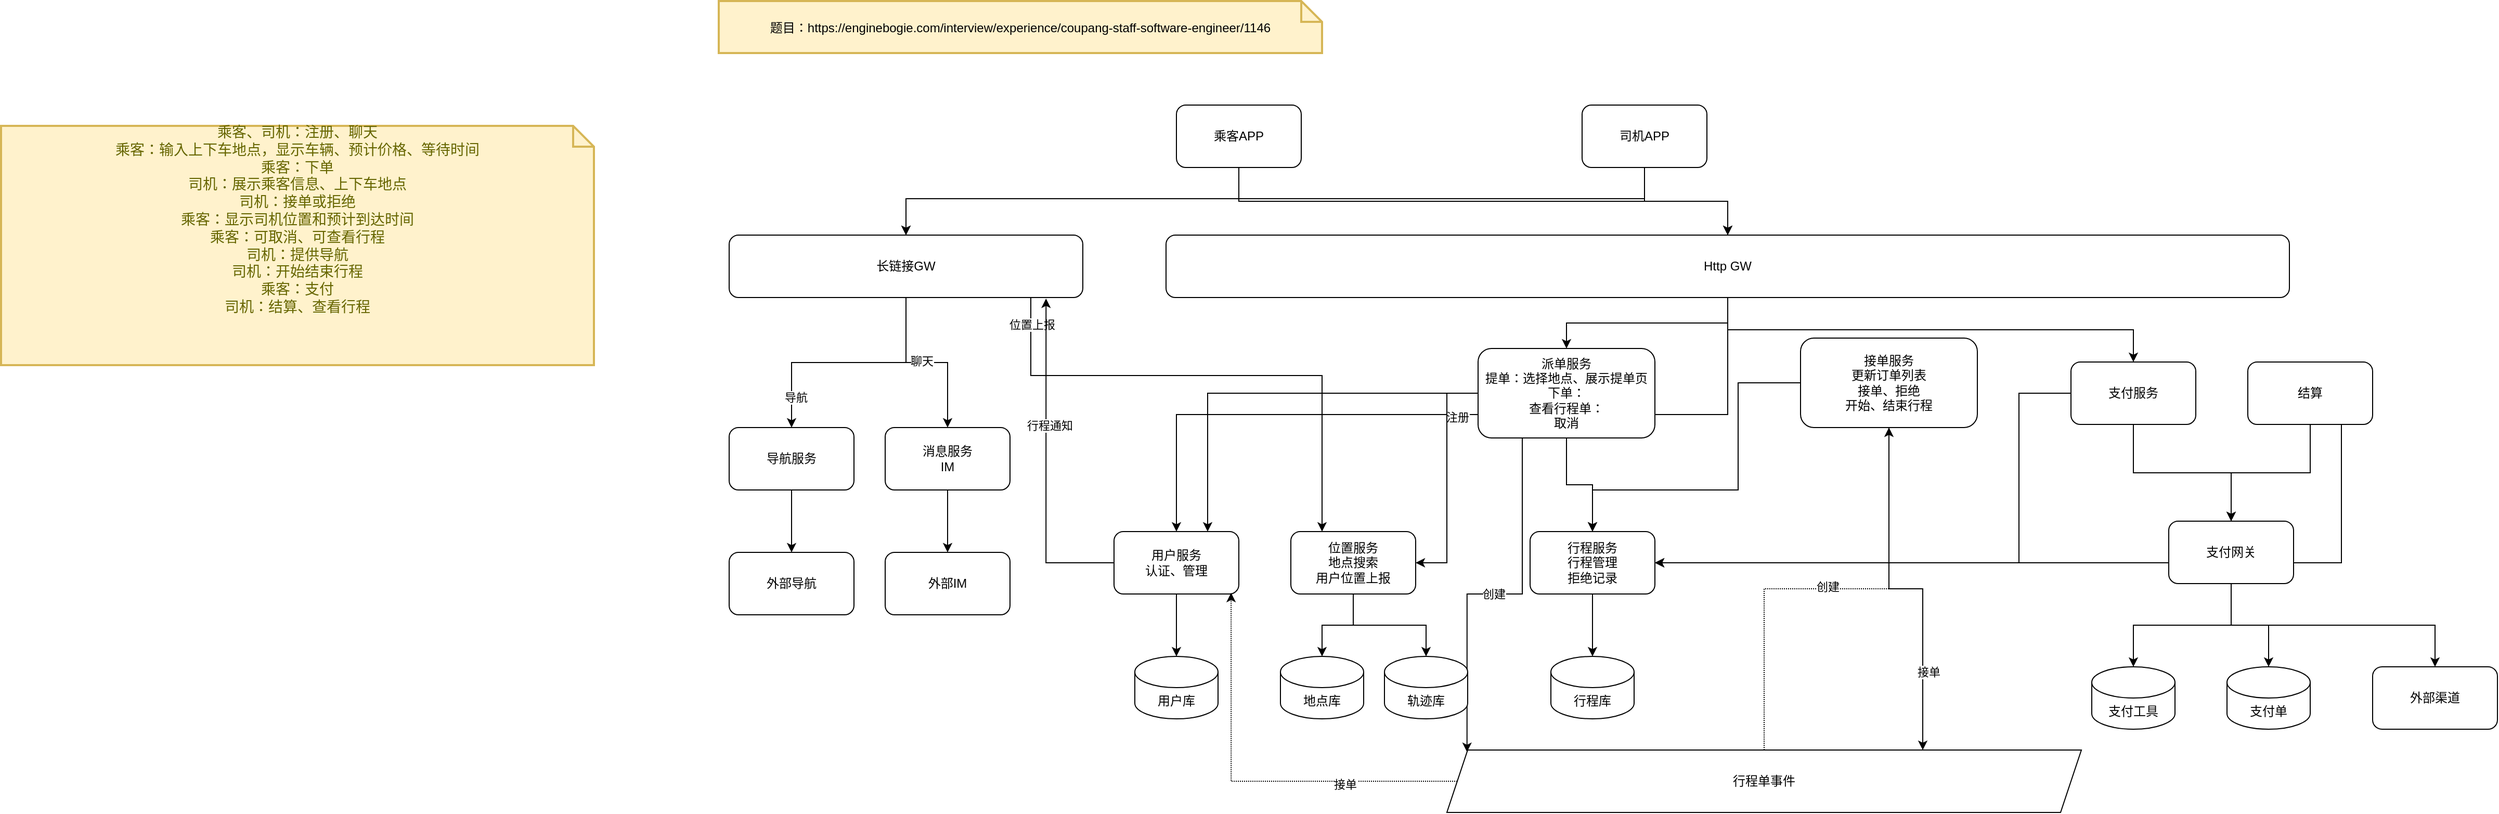
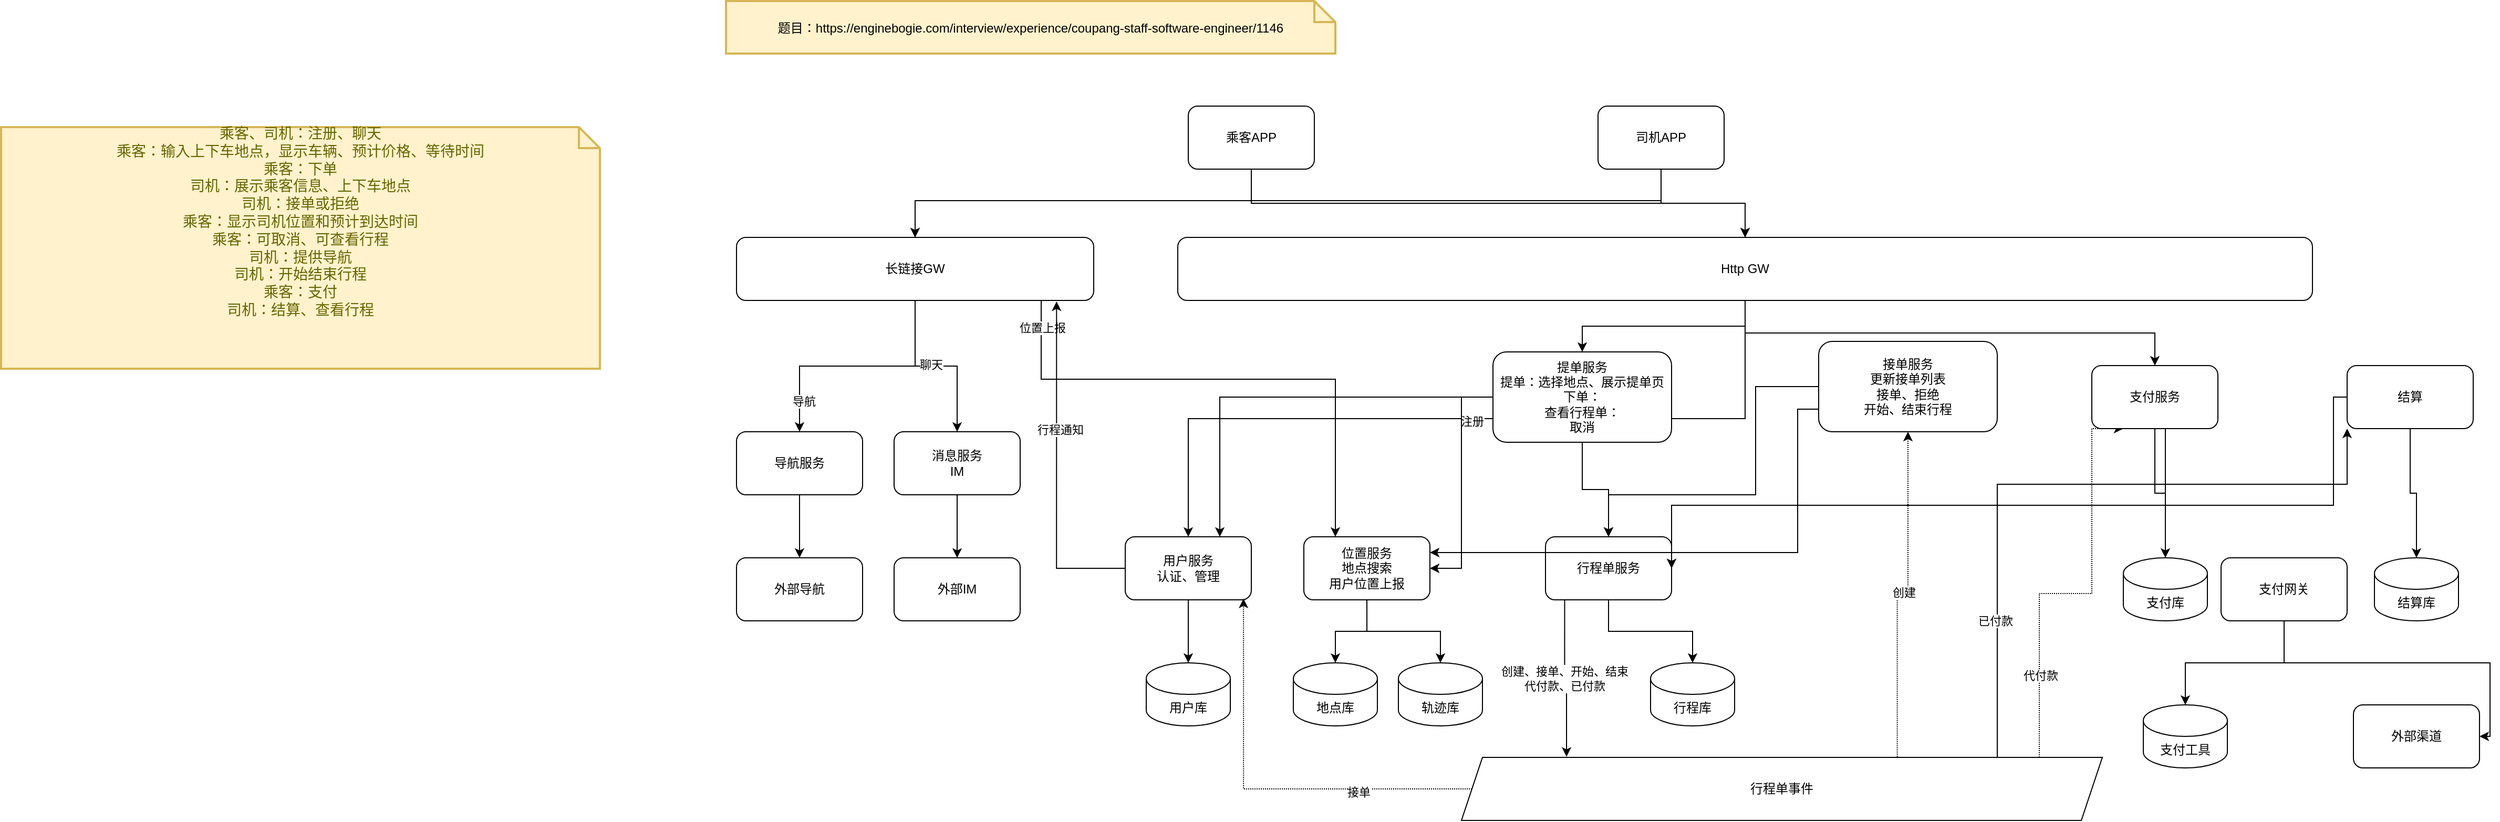
<mxfile host="app.diagrams.net" agent="Mozilla/5.0 (Windows NT 10.0; Win64; x64) AppleWebKit/537.36 (KHTML, like Gecko) draw.io/10.8.0 Chrome/73.0.3683.121 Electron/5.0.4 Safari/537.36">
  <diagram id="dw9DIYGoIQujjZgAUzOq" name="打车应用">
-     <mxGraphModel dx="3054" dy="1013" grid="1" gridSize="10" guides="1" tooltips="1" connect="1" arrows="1" fold="1" page="1" pageScale="1" pageWidth="1169" pageHeight="827" math="0" shadow="0">
+     <mxGraphModel dx="2516" dy="724" grid="1" gridSize="10" guides="1" tooltips="1" connect="1" arrows="1" fold="1" page="1" pageScale="1" pageWidth="1169" pageHeight="827" math="0" shadow="0">
      <root>
        <mxCell id="0" />
        <mxCell id="1" parent="0" />
        <mxCell id="qZWEmjuA36gEhOPuAmIH-36" parent="1" style="shape=note;strokeWidth=2;fontSize=14;size=20;whiteSpace=wrap;html=1;fillColor=#fff2cc;strokeColor=#d6b656;fontColor=#666600;" value="&lt;span style=&quot;color: rgb(0, 0, 0); font-size: 12px;&quot;&gt;题目：https://enginebogie.com/interview/experience/coupang-staff-software-engineer/1146&lt;/span&gt;" vertex="1">
          <mxGeometry height="50" width="580" x="240" y="20" as="geometry" />
        </mxCell>
        <mxCell id="qZWEmjuA36gEhOPuAmIH-51" edge="1" parent="1" source="qZWEmjuA36gEhOPuAmIH-41" style="edgeStyle=orthogonalEdgeStyle;rounded=0;orthogonalLoop=1;jettySize=auto;html=1;" target="qZWEmjuA36gEhOPuAmIH-50">
          <mxGeometry relative="1" as="geometry" />
        </mxCell>
        <mxCell id="qZWEmjuA36gEhOPuAmIH-52" connectable="0" parent="qZWEmjuA36gEhOPuAmIH-51" style="edgeLabel;html=1;align=center;verticalAlign=middle;resizable=0;points=[];" value="注册" vertex="1">
          <mxGeometry relative="1" x="-0.013" y="2" as="geometry">
            <mxPoint as="offset" />
          </mxGeometry>
        </mxCell>
        <mxCell id="qZWEmjuA36gEhOPuAmIH-65" edge="1" parent="1" source="qZWEmjuA36gEhOPuAmIH-41" style="edgeStyle=orthogonalEdgeStyle;rounded=0;orthogonalLoop=1;jettySize=auto;html=1;" target="qZWEmjuA36gEhOPuAmIH-64">
          <mxGeometry relative="1" as="geometry" />
        </mxCell>
        <mxCell id="qZWEmjuA36gEhOPuAmIH-108" edge="1" parent="1" source="qZWEmjuA36gEhOPuAmIH-41" style="edgeStyle=orthogonalEdgeStyle;rounded=0;orthogonalLoop=1;jettySize=auto;html=1;entryX=0.5;entryY=0;entryDx=0;entryDy=0;" target="qZWEmjuA36gEhOPuAmIH-106">
          <mxGeometry relative="1" as="geometry" />
        </mxCell>
        <mxCell id="qZWEmjuA36gEhOPuAmIH-41" parent="1" style="rounded=1;whiteSpace=wrap;html=1;" value="Http GW" vertex="1">
          <mxGeometry height="60" width="1080" x="670" y="245" as="geometry" />
        </mxCell>
        <mxCell id="qZWEmjuA36gEhOPuAmIH-48" edge="1" parent="1" source="qZWEmjuA36gEhOPuAmIH-42" style="edgeStyle=orthogonalEdgeStyle;rounded=0;orthogonalLoop=1;jettySize=auto;html=1;" target="qZWEmjuA36gEhOPuAmIH-41">
          <mxGeometry relative="1" as="geometry" />
        </mxCell>
        <mxCell id="qZWEmjuA36gEhOPuAmIH-119" edge="1" parent="1" source="qZWEmjuA36gEhOPuAmIH-42" style="edgeStyle=orthogonalEdgeStyle;rounded=0;orthogonalLoop=1;jettySize=auto;html=1;" target="qZWEmjuA36gEhOPuAmIH-56">
          <mxGeometry relative="1" as="geometry">
            <Array as="points">
              <mxPoint x="740" y="210" />
              <mxPoint x="420" y="210" />
            </Array>
          </mxGeometry>
        </mxCell>
        <mxCell id="qZWEmjuA36gEhOPuAmIH-42" parent="1" style="rounded=1;whiteSpace=wrap;html=1;" value="乘客APP" vertex="1">
          <mxGeometry height="60" width="120" x="680" y="120" as="geometry" />
        </mxCell>
        <mxCell id="qZWEmjuA36gEhOPuAmIH-49" edge="1" parent="1" source="qZWEmjuA36gEhOPuAmIH-43" style="edgeStyle=orthogonalEdgeStyle;rounded=0;orthogonalLoop=1;jettySize=auto;html=1;" target="qZWEmjuA36gEhOPuAmIH-41">
          <mxGeometry relative="1" as="geometry" />
        </mxCell>
        <mxCell id="qZWEmjuA36gEhOPuAmIH-120" edge="1" parent="1" source="qZWEmjuA36gEhOPuAmIH-43" style="edgeStyle=orthogonalEdgeStyle;rounded=0;orthogonalLoop=1;jettySize=auto;html=1;" target="qZWEmjuA36gEhOPuAmIH-56">
          <mxGeometry relative="1" as="geometry">
            <Array as="points">
              <mxPoint x="1130" y="210" />
              <mxPoint x="420" y="210" />
            </Array>
          </mxGeometry>
        </mxCell>
        <mxCell id="qZWEmjuA36gEhOPuAmIH-43" parent="1" style="rounded=1;whiteSpace=wrap;html=1;" value="司机APP" vertex="1">
          <mxGeometry height="60" width="120" x="1070" y="120" as="geometry" />
        </mxCell>
        <mxCell id="qZWEmjuA36gEhOPuAmIH-54" edge="1" parent="1" source="qZWEmjuA36gEhOPuAmIH-50" style="edgeStyle=orthogonalEdgeStyle;rounded=0;orthogonalLoop=1;jettySize=auto;html=1;" target="qZWEmjuA36gEhOPuAmIH-53">
          <mxGeometry relative="1" as="geometry" />
        </mxCell>
        <mxCell id="qZWEmjuA36gEhOPuAmIH-50" parent="1" style="rounded=1;whiteSpace=wrap;html=1;" value="用户服务&lt;div&gt;认证、管理&lt;/div&gt;" vertex="1">
          <mxGeometry height="60" width="120" x="620" y="530" as="geometry" />
        </mxCell>
        <mxCell id="qZWEmjuA36gEhOPuAmIH-53" parent="1" style="shape=cylinder3;whiteSpace=wrap;html=1;boundedLbl=1;backgroundOutline=1;size=15;" value="用户库" vertex="1">
          <mxGeometry height="60" width="80" x="640" y="650" as="geometry" />
        </mxCell>
        <mxCell id="qZWEmjuA36gEhOPuAmIH-55" parent="1" style="shape=note;strokeWidth=2;fontSize=14;size=20;whiteSpace=wrap;html=1;fillColor=#fff2cc;strokeColor=#d6b656;fontColor=#666600;" value="乘客、司机：注册、聊天&lt;div&gt;&lt;div&gt;乘客：输入上下车地点，&lt;span style=&quot;background-color: transparent; color: light-dark(rgb(102, 102, 0), rgb(162, 162, 74));&quot;&gt;显示车辆、预计价格、等待时间&lt;/span&gt;&lt;/div&gt;&lt;div&gt;&lt;span style=&quot;background-color: transparent; color: light-dark(rgb(102, 102, 0), rgb(162, 162, 74));&quot;&gt;乘客：下单&lt;/span&gt;&lt;/div&gt;&lt;div&gt;&lt;span style=&quot;background-color: transparent; color: light-dark(rgb(102, 102, 0), rgb(162, 162, 74));&quot;&gt;司机：展示乘客信息、上下车地点&lt;/span&gt;&lt;/div&gt;&lt;div&gt;&lt;span style=&quot;background-color: transparent; color: light-dark(rgb(102, 102, 0), rgb(162, 162, 74));&quot;&gt;司机：接单或拒绝&lt;/span&gt;&lt;/div&gt;&lt;div&gt;&lt;span style=&quot;background-color: transparent; color: light-dark(rgb(102, 102, 0), rgb(162, 162, 74));&quot;&gt;乘客：显示司机位置和预计到达时间&lt;/span&gt;&lt;/div&gt;&lt;div&gt;&lt;span style=&quot;background-color: transparent; color: light-dark(rgb(102, 102, 0), rgb(162, 162, 74));&quot;&gt;乘客：可取消、可查看行程&lt;/span&gt;&lt;/div&gt;&lt;div&gt;&lt;span style=&quot;background-color: transparent; color: light-dark(rgb(102, 102, 0), rgb(162, 162, 74));&quot;&gt;司机：提供导航&lt;/span&gt;&lt;/div&gt;&lt;div&gt;&lt;span style=&quot;background-color: transparent; color: light-dark(rgb(102, 102, 0), rgb(162, 162, 74));&quot;&gt;司机：开始结束行程&lt;/span&gt;&lt;/div&gt;&lt;div&gt;&lt;span style=&quot;background-color: transparent; color: light-dark(rgb(102, 102, 0), rgb(162, 162, 74));&quot;&gt;乘客：支付&lt;/span&gt;&lt;/div&gt;&lt;div&gt;&lt;span style=&quot;background-color: transparent; color: light-dark(rgb(102, 102, 0), rgb(162, 162, 74));&quot;&gt;司机：结算、查看行程&lt;/span&gt;&lt;/div&gt;&lt;div&gt;&lt;span style=&quot;background-color: transparent; color: light-dark(rgb(102, 102, 0), rgb(162, 162, 74));&quot;&gt;&lt;br&gt;&lt;/span&gt;&lt;/div&gt;&lt;div&gt;&lt;span style=&quot;background-color: transparent; color: light-dark(rgb(102, 102, 0), rgb(162, 162, 74));&quot;&gt;&lt;br&gt;&lt;/span&gt;&lt;/div&gt;&lt;div&gt;&lt;br&gt;&lt;/div&gt;&lt;/div&gt;" vertex="1">
          <mxGeometry height="230" width="570" x="-450" y="140" as="geometry" />
        </mxCell>
        <mxCell id="qZWEmjuA36gEhOPuAmIH-60" edge="1" parent="1" source="qZWEmjuA36gEhOPuAmIH-56" style="edgeStyle=orthogonalEdgeStyle;rounded=0;orthogonalLoop=1;jettySize=auto;html=1;" target="qZWEmjuA36gEhOPuAmIH-59">
          <mxGeometry relative="1" as="geometry" />
        </mxCell>
        <mxCell id="qZWEmjuA36gEhOPuAmIH-63" connectable="0" parent="qZWEmjuA36gEhOPuAmIH-60" style="edgeLabel;html=1;align=center;verticalAlign=middle;resizable=0;points=[];" value="聊天" vertex="1">
          <mxGeometry relative="1" x="-0.0621" y="2" as="geometry">
            <mxPoint as="offset" />
          </mxGeometry>
        </mxCell>
        <mxCell id="qZWEmjuA36gEhOPuAmIH-100" edge="1" parent="1" source="qZWEmjuA36gEhOPuAmIH-56" style="edgeStyle=orthogonalEdgeStyle;rounded=0;orthogonalLoop=1;jettySize=auto;html=1;exitX=0.75;exitY=1;exitDx=0;exitDy=0;entryX=0.25;entryY=0;entryDx=0;entryDy=0;" target="qZWEmjuA36gEhOPuAmIH-68">
          <mxGeometry relative="1" as="geometry">
            <Array as="points">
              <mxPoint x="540" y="380" />
              <mxPoint x="820" y="380" />
            </Array>
          </mxGeometry>
        </mxCell>
        <mxCell id="qZWEmjuA36gEhOPuAmIH-101" connectable="0" parent="qZWEmjuA36gEhOPuAmIH-100" style="edgeLabel;html=1;align=center;verticalAlign=middle;resizable=0;points=[];" value="位置上报" vertex="1">
          <mxGeometry relative="1" x="-0.7735" y="1" as="geometry">
            <mxPoint as="offset" />
          </mxGeometry>
        </mxCell>
        <mxCell id="qZWEmjuA36gEhOPuAmIH-102" edge="1" parent="1" source="qZWEmjuA36gEhOPuAmIH-56" style="edgeStyle=orthogonalEdgeStyle;rounded=0;orthogonalLoop=1;jettySize=auto;html=1;" target="qZWEmjuA36gEhOPuAmIH-99">
          <mxGeometry relative="1" as="geometry" />
        </mxCell>
        <mxCell id="qZWEmjuA36gEhOPuAmIH-103" connectable="0" parent="qZWEmjuA36gEhOPuAmIH-102" style="edgeLabel;html=1;align=center;verticalAlign=middle;resizable=0;points=[];" value="导航" vertex="1">
          <mxGeometry relative="1" x="0.7552" y="4" as="geometry">
            <mxPoint as="offset" />
          </mxGeometry>
        </mxCell>
        <mxCell id="qZWEmjuA36gEhOPuAmIH-56" parent="1" style="rounded=1;whiteSpace=wrap;html=1;" value="长链接GW" vertex="1">
          <mxGeometry height="60" width="340" x="250" y="245" as="geometry" />
        </mxCell>
        <mxCell id="qZWEmjuA36gEhOPuAmIH-62" edge="1" parent="1" source="qZWEmjuA36gEhOPuAmIH-59" style="edgeStyle=orthogonalEdgeStyle;rounded=0;orthogonalLoop=1;jettySize=auto;html=1;" target="qZWEmjuA36gEhOPuAmIH-61">
          <mxGeometry relative="1" as="geometry" />
        </mxCell>
        <mxCell id="qZWEmjuA36gEhOPuAmIH-59" parent="1" style="rounded=1;whiteSpace=wrap;html=1;" value="消息服务&lt;div&gt;IM&lt;/div&gt;" vertex="1">
          <mxGeometry height="60" width="120" x="400" y="430" as="geometry" />
        </mxCell>
        <mxCell id="qZWEmjuA36gEhOPuAmIH-61" parent="1" style="rounded=1;whiteSpace=wrap;html=1;" value="外部IM" vertex="1">
          <mxGeometry height="60" width="120" x="400" y="550" as="geometry" />
        </mxCell>
        <mxCell id="qZWEmjuA36gEhOPuAmIH-72" edge="1" parent="1" source="qZWEmjuA36gEhOPuAmIH-64" style="edgeStyle=orthogonalEdgeStyle;rounded=0;orthogonalLoop=1;jettySize=auto;html=1;entryX=1;entryY=0.5;entryDx=0;entryDy=0;" target="qZWEmjuA36gEhOPuAmIH-68">
          <mxGeometry relative="1" as="geometry" />
        </mxCell>
        <mxCell id="qZWEmjuA36gEhOPuAmIH-73" edge="1" parent="1" source="qZWEmjuA36gEhOPuAmIH-64" style="edgeStyle=orthogonalEdgeStyle;rounded=0;orthogonalLoop=1;jettySize=auto;html=1;entryX=0.75;entryY=0;entryDx=0;entryDy=0;" target="qZWEmjuA36gEhOPuAmIH-50">
          <mxGeometry relative="1" as="geometry" />
        </mxCell>
        <mxCell id="qZWEmjuA36gEhOPuAmIH-77" edge="1" parent="1" source="qZWEmjuA36gEhOPuAmIH-64" style="edgeStyle=orthogonalEdgeStyle;rounded=0;orthogonalLoop=1;jettySize=auto;html=1;" target="qZWEmjuA36gEhOPuAmIH-74">
          <mxGeometry relative="1" as="geometry" />
        </mxCell>
-         <mxCell id="qZWEmjuA36gEhOPuAmIH-86" edge="1" parent="1" source="qZWEmjuA36gEhOPuAmIH-64" style="edgeStyle=orthogonalEdgeStyle;rounded=0;orthogonalLoop=1;jettySize=auto;html=1;exitX=0.25;exitY=1;exitDx=0;exitDy=0;entryX=0;entryY=0;entryDx=0;entryDy=0;" target="qZWEmjuA36gEhOPuAmIH-84">
-           <mxGeometry relative="1" as="geometry" />
-         </mxCell>
-         <mxCell id="qZWEmjuA36gEhOPuAmIH-87" connectable="0" parent="qZWEmjuA36gEhOPuAmIH-86" style="edgeLabel;html=1;align=center;verticalAlign=middle;resizable=0;points=[];" value="创建" vertex="1">
+         <mxCell id="qZWEmjuA36gEhOPuAmIH-86" edge="1" parent="1" source="qZWEmjuA36gEhOPuAmIH-74" style="edgeStyle=orthogonalEdgeStyle;rounded=0;orthogonalLoop=1;jettySize=auto;html=1;exitX=0.152;exitY=0.965;exitDx=0;exitDy=0;entryX=0.164;entryY=-0.011;entryDx=0;entryDy=0;exitPerimeter=0;entryPerimeter=0;" target="qZWEmjuA36gEhOPuAmIH-84">
+           <mxGeometry relative="1" as="geometry" />
+         </mxCell>
+         <mxCell id="qZWEmjuA36gEhOPuAmIH-87" connectable="0" parent="qZWEmjuA36gEhOPuAmIH-86" style="edgeLabel;html=1;align=center;verticalAlign=middle;resizable=0;points=[];" value="创建、接单、开始、结束&lt;div&gt;代付款、已付款&lt;/div&gt;" vertex="1">
          <mxGeometry relative="1" x="0.0003" as="geometry">
            <mxPoint as="offset" />
          </mxGeometry>
        </mxCell>
-         <mxCell id="qZWEmjuA36gEhOPuAmIH-64" parent="1" style="rounded=1;whiteSpace=wrap;html=1;" value="派单服务&lt;div&gt;提单：选择地点、展示提单页&lt;/div&gt;&lt;div&gt;下单：&lt;/div&gt;&lt;div&gt;查看行程单：&lt;/div&gt;&lt;div&gt;取消&lt;/div&gt;" vertex="1">
+         <mxCell id="qZWEmjuA36gEhOPuAmIH-64" parent="1" style="rounded=1;whiteSpace=wrap;html=1;" value="提单服务&lt;div&gt;提单：选择地点、展示提单页&lt;/div&gt;&lt;div&gt;下单：&lt;/div&gt;&lt;div&gt;查看行程单：&lt;/div&gt;&lt;div&gt;取消&lt;/div&gt;" vertex="1">
          <mxGeometry height="86" width="170" x="970" y="354" as="geometry" />
        </mxCell>
        <mxCell id="qZWEmjuA36gEhOPuAmIH-67" edge="1" parent="1" source="qZWEmjuA36gEhOPuAmIH-68" style="edgeStyle=orthogonalEdgeStyle;rounded=0;orthogonalLoop=1;jettySize=auto;html=1;" target="qZWEmjuA36gEhOPuAmIH-69">
          <mxGeometry relative="1" as="geometry" />
        </mxCell>
        <mxCell id="qZWEmjuA36gEhOPuAmIH-71" edge="1" parent="1" source="qZWEmjuA36gEhOPuAmIH-68" style="edgeStyle=orthogonalEdgeStyle;rounded=0;orthogonalLoop=1;jettySize=auto;html=1;" target="qZWEmjuA36gEhOPuAmIH-70">
          <mxGeometry relative="1" as="geometry" />
        </mxCell>
        <mxCell id="qZWEmjuA36gEhOPuAmIH-68" parent="1" style="rounded=1;whiteSpace=wrap;html=1;" value="位置服务&lt;div&gt;地点搜索&lt;/div&gt;&lt;div&gt;用户位置上报&lt;/div&gt;" vertex="1">
          <mxGeometry height="60" width="120" x="790" y="530" as="geometry" />
        </mxCell>
        <mxCell id="qZWEmjuA36gEhOPuAmIH-69" parent="1" style="shape=cylinder3;whiteSpace=wrap;html=1;boundedLbl=1;backgroundOutline=1;size=15;" value="轨迹库" vertex="1">
          <mxGeometry height="60" width="80" x="880" y="650" as="geometry" />
        </mxCell>
        <mxCell id="qZWEmjuA36gEhOPuAmIH-70" parent="1" style="shape=cylinder3;whiteSpace=wrap;html=1;boundedLbl=1;backgroundOutline=1;size=15;" value="地点库" vertex="1">
          <mxGeometry height="60" width="80" x="780" y="650" as="geometry" />
        </mxCell>
        <mxCell id="qZWEmjuA36gEhOPuAmIH-76" edge="1" parent="1" source="qZWEmjuA36gEhOPuAmIH-74" style="edgeStyle=orthogonalEdgeStyle;rounded=0;orthogonalLoop=1;jettySize=auto;html=1;" target="qZWEmjuA36gEhOPuAmIH-75">
          <mxGeometry relative="1" as="geometry" />
        </mxCell>
-         <mxCell id="qZWEmjuA36gEhOPuAmIH-74" parent="1" style="rounded=1;whiteSpace=wrap;html=1;" value="行程服务&lt;div&gt;行程管理&lt;/div&gt;&lt;div&gt;拒绝记录&lt;/div&gt;" vertex="1">
+         <mxCell id="qZWEmjuA36gEhOPuAmIH-74" parent="1" style="rounded=1;whiteSpace=wrap;html=1;" value="行程单服务" vertex="1">
          <mxGeometry height="60" width="120" x="1020" y="530" as="geometry" />
        </mxCell>
        <mxCell id="qZWEmjuA36gEhOPuAmIH-75" parent="1" style="shape=cylinder3;whiteSpace=wrap;html=1;boundedLbl=1;backgroundOutline=1;size=15;" value="行程库" vertex="1">
-           <mxGeometry height="60" width="80" x="1040" y="650" as="geometry" />
+           <mxGeometry height="60" width="80" x="1120" y="650" as="geometry" />
        </mxCell>
        <mxCell id="qZWEmjuA36gEhOPuAmIH-83" edge="1" parent="1" source="qZWEmjuA36gEhOPuAmIH-78" style="edgeStyle=orthogonalEdgeStyle;rounded=0;orthogonalLoop=1;jettySize=auto;html=1;" target="qZWEmjuA36gEhOPuAmIH-74">
          <mxGeometry relative="1" as="geometry">
            <Array as="points">
              <mxPoint x="1220" y="387" />
              <mxPoint x="1220" y="490" />
              <mxPoint x="1080" y="490" />
            </Array>
          </mxGeometry>
        </mxCell>
-         <mxCell id="qZWEmjuA36gEhOPuAmIH-91" edge="1" parent="1" source="qZWEmjuA36gEhOPuAmIH-78" style="edgeStyle=orthogonalEdgeStyle;rounded=0;orthogonalLoop=1;jettySize=auto;html=1;entryX=0.75;entryY=0;entryDx=0;entryDy=0;" target="qZWEmjuA36gEhOPuAmIH-84">
-           <mxGeometry relative="1" as="geometry" />
-         </mxCell>
-         <mxCell id="qZWEmjuA36gEhOPuAmIH-92" connectable="0" parent="qZWEmjuA36gEhOPuAmIH-91" style="edgeLabel;html=1;align=center;verticalAlign=middle;resizable=0;points=[];" value="接单" vertex="1">
-           <mxGeometry relative="1" x="0.5623" y="5" as="geometry">
-             <mxPoint as="offset" />
-           </mxGeometry>
-         </mxCell>
-         <mxCell id="qZWEmjuA36gEhOPuAmIH-78" parent="1" style="rounded=1;whiteSpace=wrap;html=1;" value="接单服务&lt;div&gt;更新订单列表&lt;/div&gt;&lt;div&gt;接单、拒绝&lt;/div&gt;&lt;div&gt;开始、结束行程&lt;/div&gt;" vertex="1">
+         <mxCell id="qZWEmjuA36gEhOPuAmIH-127" edge="1" parent="1" source="qZWEmjuA36gEhOPuAmIH-78" style="edgeStyle=orthogonalEdgeStyle;rounded=0;orthogonalLoop=1;jettySize=auto;html=1;exitX=0;exitY=0.75;exitDx=0;exitDy=0;entryX=1;entryY=0.25;entryDx=0;entryDy=0;" target="qZWEmjuA36gEhOPuAmIH-68">
+           <mxGeometry relative="1" as="geometry">
+             <Array as="points">
+               <mxPoint x="1260" y="408" />
+               <mxPoint x="1260" y="545" />
+             </Array>
+           </mxGeometry>
+         </mxCell>
+         <mxCell id="qZWEmjuA36gEhOPuAmIH-78" parent="1" style="rounded=1;whiteSpace=wrap;html=1;" value="接单服务&lt;div&gt;更新接单列表&lt;/div&gt;&lt;div&gt;接单、拒绝&lt;/div&gt;&lt;div&gt;开始、结束行程&lt;/div&gt;" vertex="1">
          <mxGeometry height="86" width="170" x="1280" y="344" as="geometry" />
        </mxCell>
-         <mxCell id="qZWEmjuA36gEhOPuAmIH-88" edge="1" parent="1" source="qZWEmjuA36gEhOPuAmIH-84" style="edgeStyle=orthogonalEdgeStyle;rounded=0;orthogonalLoop=1;jettySize=auto;html=1;dashed=1;dashPattern=1 1;" target="qZWEmjuA36gEhOPuAmIH-78">
+         <mxCell id="qZWEmjuA36gEhOPuAmIH-88" edge="1" parent="1" source="qZWEmjuA36gEhOPuAmIH-84" style="edgeStyle=orthogonalEdgeStyle;rounded=0;orthogonalLoop=1;jettySize=auto;html=1;dashed=1;dashPattern=1 1;exitX=0.68;exitY=-0.011;exitDx=0;exitDy=0;exitPerimeter=0;" target="qZWEmjuA36gEhOPuAmIH-78">
          <mxGeometry relative="1" as="geometry" />
        </mxCell>
        <mxCell id="qZWEmjuA36gEhOPuAmIH-89" connectable="0" parent="qZWEmjuA36gEhOPuAmIH-88" style="edgeLabel;html=1;align=center;verticalAlign=middle;resizable=0;points=[];" value="创建" vertex="1">
          <mxGeometry relative="1" x="0.0024" y="2" as="geometry">
            <mxPoint as="offset" />
          </mxGeometry>
        </mxCell>
+         <mxCell id="qZWEmjuA36gEhOPuAmIH-132" edge="1" parent="1" source="qZWEmjuA36gEhOPuAmIH-84" style="edgeStyle=orthogonalEdgeStyle;rounded=0;orthogonalLoop=1;jettySize=auto;html=1;entryX=0.25;entryY=1;entryDx=0;entryDy=0;dashed=1;dashPattern=1 1;" target="qZWEmjuA36gEhOPuAmIH-106">
+           <mxGeometry relative="1" as="geometry">
+             <Array as="points">
+               <mxPoint x="1490" y="584" />
+               <mxPoint x="1540" y="584" />
+               <mxPoint x="1540" y="427" />
+             </Array>
+           </mxGeometry>
+         </mxCell>
+         <mxCell id="qZWEmjuA36gEhOPuAmIH-133" connectable="0" parent="qZWEmjuA36gEhOPuAmIH-132" style="edgeLabel;html=1;align=center;verticalAlign=middle;resizable=0;points=[];" value="代付款" vertex="1">
+           <mxGeometry relative="1" x="-0.604" y="-1" as="geometry">
+             <mxPoint as="offset" />
+           </mxGeometry>
+         </mxCell>
+         <mxCell id="qZWEmjuA36gEhOPuAmIH-135" edge="1" parent="1" source="qZWEmjuA36gEhOPuAmIH-84" style="edgeStyle=orthogonalEdgeStyle;rounded=0;orthogonalLoop=1;jettySize=auto;html=1;exitX=1;exitY=0;exitDx=0;exitDy=0;entryX=0;entryY=1;entryDx=0;entryDy=0;" target="qZWEmjuA36gEhOPuAmIH-109">
+           <mxGeometry relative="1" as="geometry">
+             <Array as="points">
+               <mxPoint x="1450" y="740" />
+               <mxPoint x="1450" y="480" />
+               <mxPoint x="1783" y="480" />
+             </Array>
+           </mxGeometry>
+         </mxCell>
+         <mxCell id="qZWEmjuA36gEhOPuAmIH-136" connectable="0" parent="qZWEmjuA36gEhOPuAmIH-135" style="edgeLabel;html=1;align=center;verticalAlign=middle;resizable=0;points=[];" value="已付款" vertex="1">
+           <mxGeometry relative="1" x="-0.3829" y="2" as="geometry">
+             <mxPoint as="offset" />
+           </mxGeometry>
+         </mxCell>
        <mxCell id="qZWEmjuA36gEhOPuAmIH-84" parent="1" style="shape=parallelogram;perimeter=parallelogramPerimeter;whiteSpace=wrap;html=1;fixedSize=1;" value="行程单事件" vertex="1">
          <mxGeometry height="60" width="610" x="940" y="740" as="geometry" />
        </mxCell>
        <mxCell id="qZWEmjuA36gEhOPuAmIH-95" edge="1" parent="1" source="qZWEmjuA36gEhOPuAmIH-84" style="edgeStyle=orthogonalEdgeStyle;rounded=0;orthogonalLoop=1;jettySize=auto;html=1;entryX=0.938;entryY=0.981;entryDx=0;entryDy=0;entryPerimeter=0;dashed=1;dashPattern=1 1;" target="qZWEmjuA36gEhOPuAmIH-50">
          <mxGeometry relative="1" as="geometry" />
        </mxCell>
        <mxCell id="qZWEmjuA36gEhOPuAmIH-96" connectable="0" parent="qZWEmjuA36gEhOPuAmIH-95" style="edgeLabel;html=1;align=center;verticalAlign=middle;resizable=0;points=[];" value="接单" vertex="1">
          <mxGeometry relative="1" x="-0.4585" y="3" as="geometry">
            <mxPoint as="offset" />
          </mxGeometry>
        </mxCell>
        <mxCell id="qZWEmjuA36gEhOPuAmIH-97" edge="1" parent="1" source="qZWEmjuA36gEhOPuAmIH-50" style="edgeStyle=orthogonalEdgeStyle;rounded=0;orthogonalLoop=1;jettySize=auto;html=1;entryX=0.896;entryY=1.017;entryDx=0;entryDy=0;entryPerimeter=0;" target="qZWEmjuA36gEhOPuAmIH-56">
          <mxGeometry relative="1" as="geometry" />
        </mxCell>
        <mxCell id="qZWEmjuA36gEhOPuAmIH-98" connectable="0" parent="qZWEmjuA36gEhOPuAmIH-97" style="edgeLabel;html=1;align=center;verticalAlign=middle;resizable=0;points=[];" value="行程通知" vertex="1">
          <mxGeometry relative="1" x="0.2376" y="-3" as="geometry">
            <mxPoint as="offset" />
          </mxGeometry>
        </mxCell>
        <mxCell id="qZWEmjuA36gEhOPuAmIH-105" edge="1" parent="1" source="qZWEmjuA36gEhOPuAmIH-99" style="edgeStyle=orthogonalEdgeStyle;rounded=0;orthogonalLoop=1;jettySize=auto;html=1;" target="qZWEmjuA36gEhOPuAmIH-104">
          <mxGeometry relative="1" as="geometry" />
        </mxCell>
        <mxCell id="qZWEmjuA36gEhOPuAmIH-99" parent="1" style="rounded=1;whiteSpace=wrap;html=1;" value="导航服务" vertex="1">
          <mxGeometry height="60" width="120" x="250" y="430" as="geometry" />
        </mxCell>
        <mxCell id="qZWEmjuA36gEhOPuAmIH-104" parent="1" style="rounded=1;whiteSpace=wrap;html=1;" value="外部导航" vertex="1">
          <mxGeometry height="60" width="120" x="250" y="550" as="geometry" />
        </mxCell>
        <mxCell id="qZWEmjuA36gEhOPuAmIH-107" edge="1" parent="1" source="qZWEmjuA36gEhOPuAmIH-106" style="edgeStyle=orthogonalEdgeStyle;rounded=0;orthogonalLoop=1;jettySize=auto;html=1;entryX=1;entryY=0.5;entryDx=0;entryDy=0;" target="qZWEmjuA36gEhOPuAmIH-74">
          <mxGeometry relative="1" as="geometry">
            <Array as="points">
-               <mxPoint x="1490" y="397" />
-               <mxPoint x="1490" y="560" />
-             </Array>
-           </mxGeometry>
-         </mxCell>
-         <mxCell id="qZWEmjuA36gEhOPuAmIH-114" edge="1" parent="1" source="qZWEmjuA36gEhOPuAmIH-106" style="edgeStyle=orthogonalEdgeStyle;rounded=0;orthogonalLoop=1;jettySize=auto;html=1;" target="qZWEmjuA36gEhOPuAmIH-110">
+               <mxPoint x="1610" y="500" />
+               <mxPoint x="1140" y="500" />
+             </Array>
+           </mxGeometry>
+         </mxCell>
+         <mxCell id="qZWEmjuA36gEhOPuAmIH-130" edge="1" parent="1" source="qZWEmjuA36gEhOPuAmIH-106" style="edgeStyle=orthogonalEdgeStyle;rounded=0;orthogonalLoop=1;jettySize=auto;html=1;" target="qZWEmjuA36gEhOPuAmIH-128">
          <mxGeometry relative="1" as="geometry" />
        </mxCell>
        <mxCell id="qZWEmjuA36gEhOPuAmIH-106" parent="1" style="rounded=1;whiteSpace=wrap;html=1;" value="支付服务" vertex="1">
          <mxGeometry height="60" width="120" x="1540" y="367" as="geometry" />
        </mxCell>
-         <mxCell id="qZWEmjuA36gEhOPuAmIH-115" edge="1" parent="1" source="qZWEmjuA36gEhOPuAmIH-109" style="edgeStyle=orthogonalEdgeStyle;rounded=0;orthogonalLoop=1;jettySize=auto;html=1;" target="qZWEmjuA36gEhOPuAmIH-110">
-           <mxGeometry relative="1" as="geometry" />
-         </mxCell>
        <mxCell id="qZWEmjuA36gEhOPuAmIH-121" edge="1" parent="1" source="qZWEmjuA36gEhOPuAmIH-109" style="edgeStyle=orthogonalEdgeStyle;rounded=0;orthogonalLoop=1;jettySize=auto;html=1;entryX=1;entryY=0.5;entryDx=0;entryDy=0;" target="qZWEmjuA36gEhOPuAmIH-74">
          <mxGeometry relative="1" as="geometry">
            <Array as="points">
-               <mxPoint x="1800" y="560" />
-             </Array>
-           </mxGeometry>
+               <mxPoint x="1770" y="500" />
+               <mxPoint x="1140" y="500" />
+             </Array>
+           </mxGeometry>
+         </mxCell>
+         <mxCell id="qZWEmjuA36gEhOPuAmIH-131" edge="1" parent="1" source="qZWEmjuA36gEhOPuAmIH-109" style="edgeStyle=orthogonalEdgeStyle;rounded=0;orthogonalLoop=1;jettySize=auto;html=1;" target="qZWEmjuA36gEhOPuAmIH-129">
+           <mxGeometry relative="1" as="geometry" />
        </mxCell>
        <mxCell id="qZWEmjuA36gEhOPuAmIH-109" parent="1" style="rounded=1;whiteSpace=wrap;html=1;" value="结算" vertex="1">
-           <mxGeometry height="60" width="120" x="1710" y="367" as="geometry" />
+           <mxGeometry height="60" width="120" x="1783" y="367" as="geometry" />
        </mxCell>
        <mxCell id="qZWEmjuA36gEhOPuAmIH-116" edge="1" parent="1" source="qZWEmjuA36gEhOPuAmIH-110" style="edgeStyle=orthogonalEdgeStyle;rounded=0;orthogonalLoop=1;jettySize=auto;html=1;" target="qZWEmjuA36gEhOPuAmIH-113">
          <mxGeometry relative="1" as="geometry" />
        </mxCell>
-         <mxCell id="qZWEmjuA36gEhOPuAmIH-117" edge="1" parent="1" source="qZWEmjuA36gEhOPuAmIH-110" style="edgeStyle=orthogonalEdgeStyle;rounded=0;orthogonalLoop=1;jettySize=auto;html=1;" target="qZWEmjuA36gEhOPuAmIH-112">
-           <mxGeometry relative="1" as="geometry" />
-         </mxCell>
        <mxCell id="qZWEmjuA36gEhOPuAmIH-118" edge="1" parent="1" source="qZWEmjuA36gEhOPuAmIH-110" style="edgeStyle=orthogonalEdgeStyle;rounded=0;orthogonalLoop=1;jettySize=auto;html=1;" target="qZWEmjuA36gEhOPuAmIH-111">
          <mxGeometry relative="1" as="geometry">
            <Array as="points">
-               <mxPoint x="1694" y="620" />
-               <mxPoint x="1890" y="620" />
+               <mxPoint x="1723" y="650" />
+               <mxPoint x="1919" y="650" />
            </Array>
          </mxGeometry>
        </mxCell>
        <mxCell id="qZWEmjuA36gEhOPuAmIH-110" parent="1" style="rounded=1;whiteSpace=wrap;html=1;" value="支付网关" vertex="1">
-           <mxGeometry height="60" width="120" x="1634" y="520" as="geometry" />
+           <mxGeometry height="60" width="120" x="1663" y="550" as="geometry" />
        </mxCell>
        <mxCell id="qZWEmjuA36gEhOPuAmIH-111" parent="1" style="rounded=1;whiteSpace=wrap;html=1;" value="外部渠道" vertex="1">
-           <mxGeometry height="60" width="120" x="1830" y="660" as="geometry" />
-         </mxCell>
-         <mxCell id="qZWEmjuA36gEhOPuAmIH-112" parent="1" style="shape=cylinder3;whiteSpace=wrap;html=1;boundedLbl=1;backgroundOutline=1;size=15;" value="支付单" vertex="1">
-           <mxGeometry height="60" width="80" x="1690" y="660" as="geometry" />
+           <mxGeometry height="60" width="120" x="1789" y="690" as="geometry" />
        </mxCell>
        <mxCell id="qZWEmjuA36gEhOPuAmIH-113" parent="1" style="shape=cylinder3;whiteSpace=wrap;html=1;boundedLbl=1;backgroundOutline=1;size=15;" value="支付工具" vertex="1">
-           <mxGeometry height="60" width="80" x="1560" y="660" as="geometry" />
+           <mxGeometry height="60" width="80" x="1589" y="690" as="geometry" />
+         </mxCell>
+         <mxCell id="qZWEmjuA36gEhOPuAmIH-128" parent="1" style="shape=cylinder3;whiteSpace=wrap;html=1;boundedLbl=1;backgroundOutline=1;size=15;" value="支付库" vertex="1">
+           <mxGeometry height="60" width="80" x="1570" y="550" as="geometry" />
+         </mxCell>
+         <mxCell id="qZWEmjuA36gEhOPuAmIH-129" parent="1" style="shape=cylinder3;whiteSpace=wrap;html=1;boundedLbl=1;backgroundOutline=1;size=15;" value="结算库" vertex="1">
+           <mxGeometry height="60" width="80" x="1809" y="550" as="geometry" />
        </mxCell>
      </root>
    </mxGraphModel>
  </diagram>
</mxfile>
